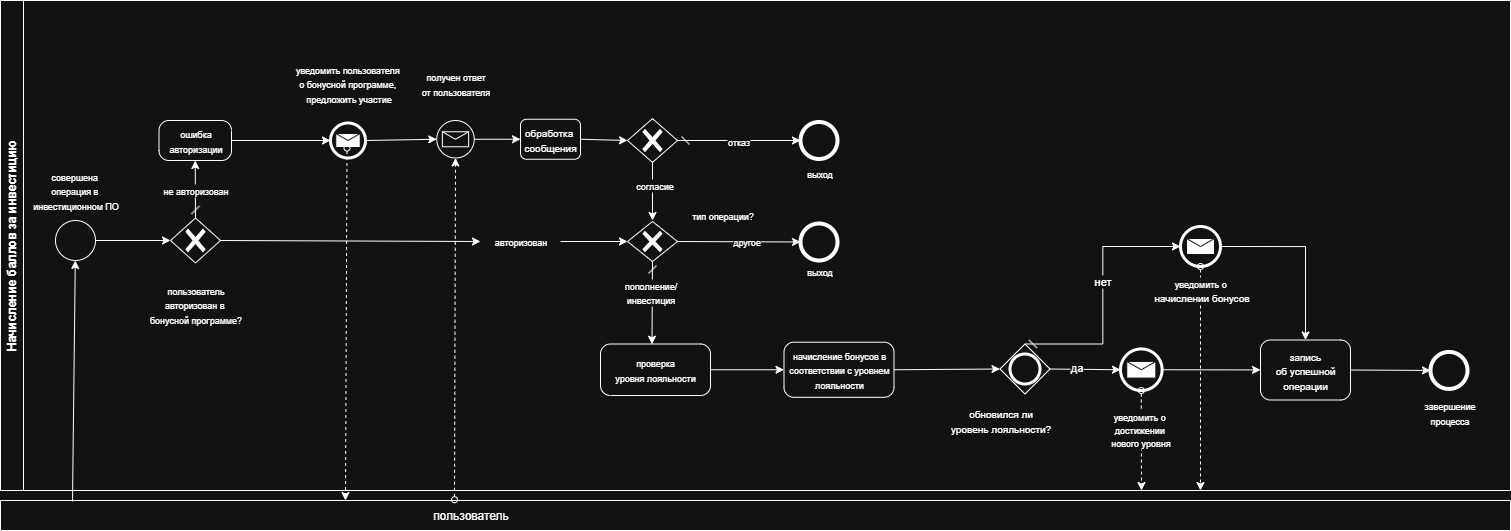
404-veronika/testsystemanalitic keeps this draw.io diagram as Images/BPMN.drawio.png. Above is the earlier version. Source tidied: cells renumbered, new cells last; positions are measured from the earlier drawing's top-left corner, leaving out a move shared by most shapes.
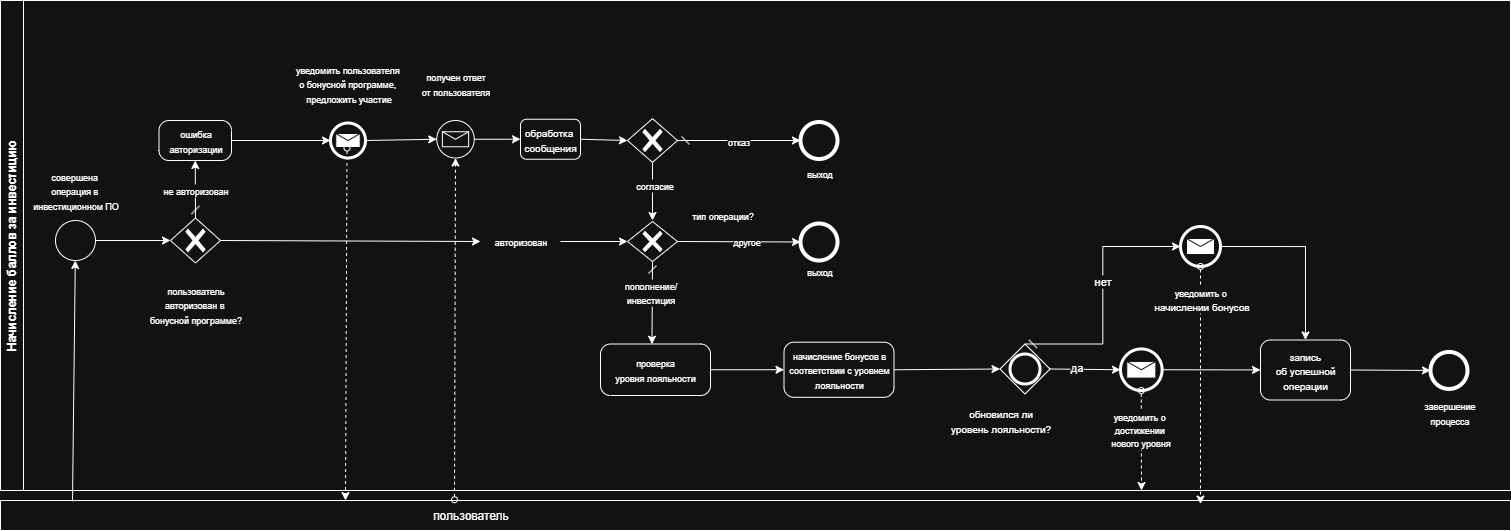
The same file after the commit.

The edit, as a diff of the source:
```diff
@@ -206,9 +206,9 @@
     <mxCell id="63" value="&lt;font style=&quot;font-size: 9px;&quot;&gt;уведомить о&amp;nbsp;&lt;br&gt;достижении&amp;nbsp;&lt;br&gt;нового уровня&lt;/font&gt;" style="edgeLabel;html=1;align=center;verticalAlign=middle;" parent="62" vertex="1">
       <mxGeometry x="-0.24" y="-2" relative="1" as="geometry" />
     </mxCell>
-    <mxCell id="64" style="endArrow=classic;html=1;rounded=0;exitX=0.5;exitY=1;exitDx=0;exitDy=0;exitPerimeter=0;dashed=1;startArrow=oval;startFill=0;" parent="1" edge="1" source="46">
+    <mxCell id="64" style="endArrow=classic;html=1;rounded=0;exitX=0.5;exitY=1;exitDx=0;exitDy=0;exitPerimeter=0;dashed=1;startArrow=oval;startFill=0;entryX=0.798;entryY=0.118;entryDx=0;entryDy=0;entryPerimeter=0;" parent="1" edge="1" source="46">
       <mxGeometry relative="1" as="geometry">
-        <mxPoint x="1200" y="490" as="targetPoint" />
+        <mxPoint x="1200" y="503.5" as="targetPoint" />
       </mxGeometry>
     </mxCell>
     <mxCell id="65" value="&lt;span style=&quot;font-size: 9px;&quot;&gt;уведомить о&amp;nbsp;&lt;/span&gt;&lt;br style=&quot;font-size: 9px;&quot;&gt;&lt;font size=&quot;1&quot;&gt;начислении бонусов&lt;/font&gt;" style="edgeLabel;html=1;align=center;verticalAlign=middle;" parent="64" vertex="1">
```
